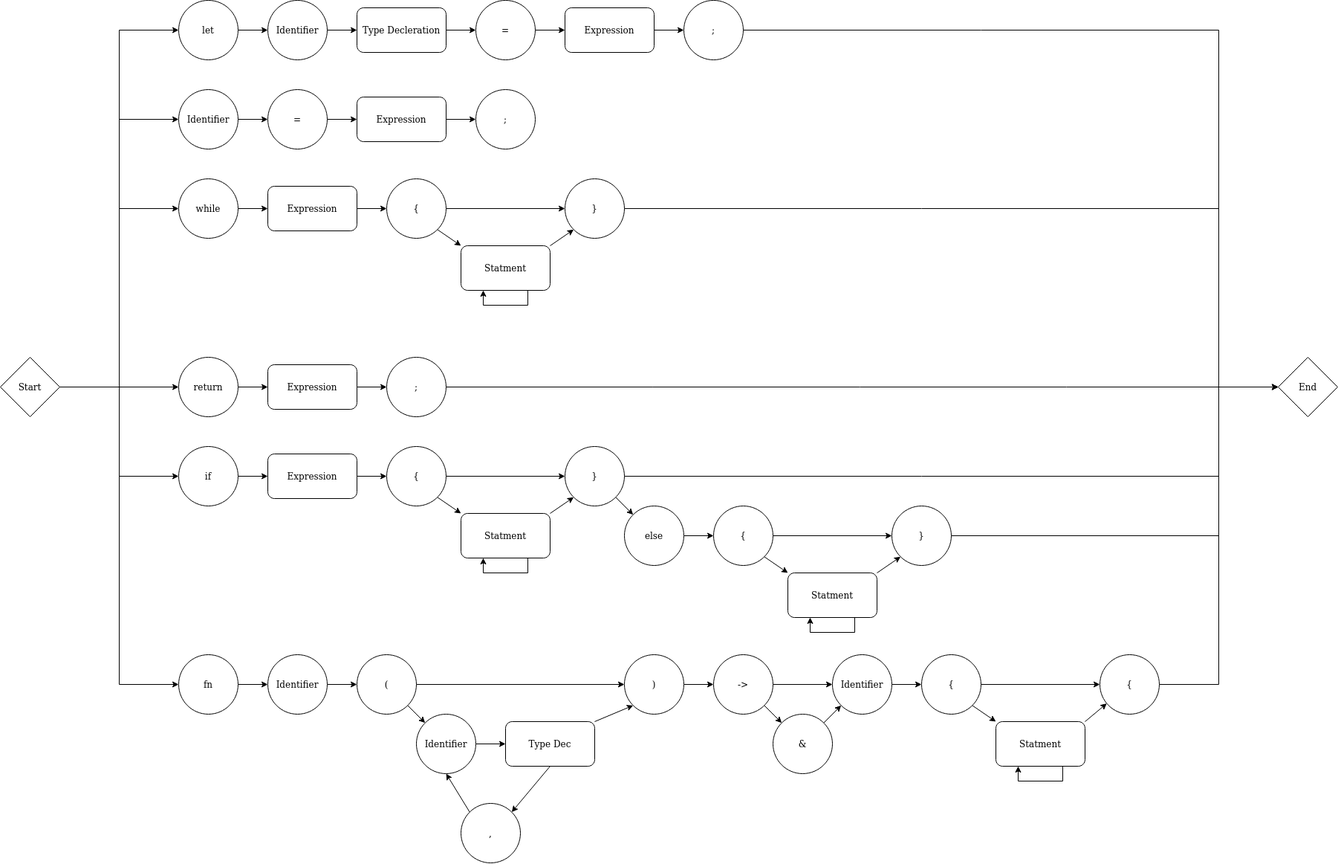
The draw.io diagram images/parser/rubigo_statements.png in Blinningjr/rubigo-lang, before a commit. Source tidied: cells renumbered, new cells last; positions are measured from the earlier drawing's top-left corner, leaving out a move shared by most shapes.
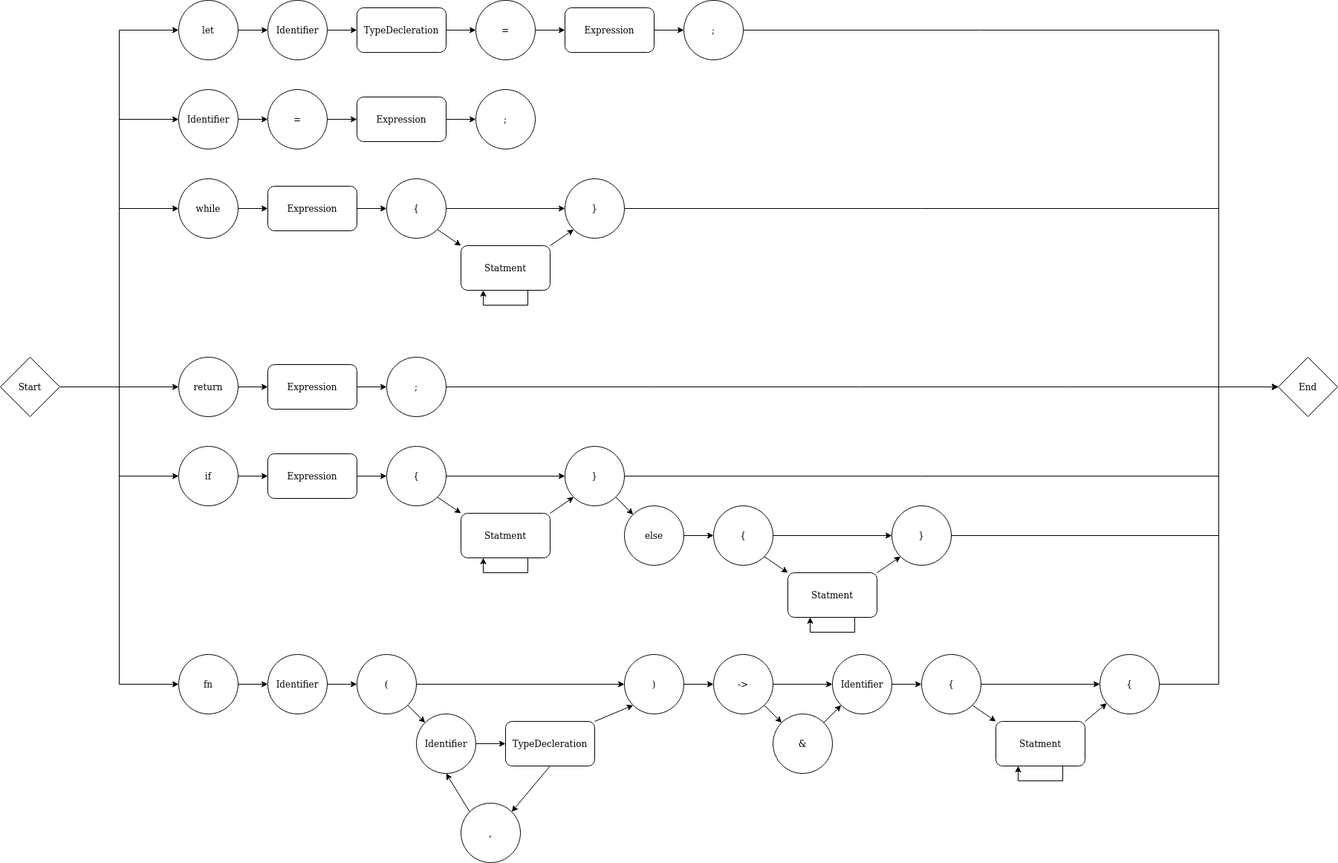
After the commit.

The edit, as a diff of the source:
```diff
@@ -17,7 +17,7 @@
     <mxCell id="6" style="edgeStyle=orthogonalEdgeStyle;rounded=0;jettySize=auto;html=1;exitX=1;exitY=0.5;exitDx=0;exitDy=0;" parent="1" edge="1" source="7" target="9">
       <mxGeometry relative="1" as="geometry" />
     </mxCell>
-    <mxCell id="7" value="Type Decleration" style="rounded=1;whiteSpace=wrap;html=1;" parent="1" vertex="1">
+    <mxCell id="7" value="TypeDecleration" style="rounded=1;whiteSpace=wrap;html=1;" parent="1" vertex="1">
       <mxGeometry x="480" y="10" width="120" height="60" as="geometry" />
     </mxCell>
     <mxCell id="8" style="edgeStyle=orthogonalEdgeStyle;rounded=0;jettySize=auto;html=1;exitX=1;exitY=0.5;exitDx=0;exitDy=0;" parent="1" edge="1" source="9" target="11">
@@ -245,7 +245,7 @@
     <mxCell id="72" style="edgeStyle=none;rounded=0;jettySize=auto;html=1;exitX=1;exitY=0;exitDx=0;exitDy=0;entryX=0;entryY=1;entryDx=0;entryDy=0;" parent="1" edge="1" source="73" target="77">
       <mxGeometry relative="1" as="geometry" />
     </mxCell>
-    <mxCell id="73" value="Type Dec" style="rounded=1;whiteSpace=wrap;html=1;" parent="1" vertex="1">
+    <mxCell id="73" value="TypeDecleration" style="rounded=1;whiteSpace=wrap;html=1;" parent="1" vertex="1">
       <mxGeometry x="680" y="970" width="120" height="60" as="geometry" />
     </mxCell>
     <mxCell id="74" style="edgeStyle=none;rounded=0;jettySize=auto;html=1;exitX=0;exitY=0;exitDx=0;exitDy=0;entryX=0.5;entryY=1;entryDx=0;entryDy=0;" parent="1" edge="1" source="75" target="70">
```
